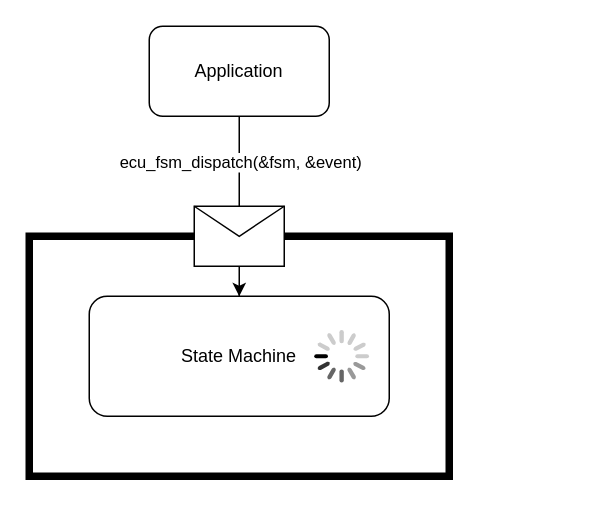
Earlier version of the draw.io diagram page "event_driven_paradigm_event_driven_state_machine" (8 of 17) of doc/images/fsm/fsm.drawio (ress059/ecu). Source tidied: cells renumbered, new cells numbered last; positions are measured from the earlier drawing's top-left corner, leaving out a move shared by most shapes. Both pictures are drawn from the tidied source at 150%, with x=0, y=0 at pixel (28, 26).
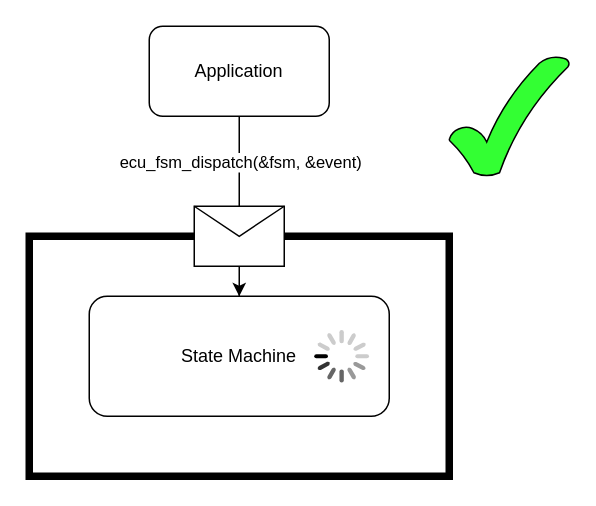
After the change.

Diff of the diagram source:
```diff
@@
 <mxGraphModel>
   <root>
     <mxCell id="0" />
     <mxCell id="1" parent="0" />
     <mxCell id="2" style="rounded=0;whiteSpace=wrap;html=1;strokeWidth=5;" parent="1" vertex="1">
       <mxGeometry y="140" width="280" height="160" as="geometry" />
     </mxCell>
     <mxCell id="3" value="State Machine" style="rounded=1;whiteSpace=wrap;html=1;" parent="1" vertex="1">
       <mxGeometry x="40" y="180" width="200" height="80" as="geometry" />
     </mxCell>
     <mxCell id="4" style="edgeStyle=orthogonalEdgeStyle;rounded=0;jettySize=auto;html=1;entryX=0.5;entryY=0;entryDx=0;entryDy=0;endArrow=none;endFill=0;" parent="1" edge="1" source="6" target="9">
       <mxGeometry relative="1" as="geometry" />
     </mxCell>
     <mxCell id="5" value="ecu_fsm_dispatch(&amp;amp;fsm, &amp;amp;event)" style="edgeLabel;html=1;align=center;verticalAlign=middle;" parent="4" vertex="1">
       <mxGeometry x="-0.4" y="3" relative="1" as="geometry">
         <mxPoint x="-3" y="12" as="offset" />
       </mxGeometry>
     </mxCell>
     <mxCell id="6" value="Application" style="rounded=1;whiteSpace=wrap;html=1;" parent="1" vertex="1">
       <mxGeometry x="80" width="120" height="60" as="geometry" />
     </mxCell>
     <mxCell id="7" style="edgeStyle=orthogonalEdgeStyle;rounded=0;jettySize=auto;html=1;entryX=0.5;entryY=0;entryDx=0;entryDy=0;" parent="1" edge="1" source="9" target="3">
       <mxGeometry relative="1" as="geometry" />
     </mxCell>
     <mxCell id="8" style="html=1;verticalLabelPosition=bottom;labelBackgroundColor=#ffffff;verticalAlign=top;shadow=0;dashed=0;strokeWidth=2;shape=mxgraph.ios7.misc.loading_circle;" parent="1" vertex="1">
       <mxGeometry x="190" y="202.5" width="36.5" height="35" as="geometry" />
     </mxCell>
     <mxCell id="9" style="shape=message;html=1;html=1;outlineConnect=0;labelPosition=center;verticalLabelPosition=bottom;align=center;verticalAlign=top;" parent="1" vertex="1">
       <mxGeometry x="110" y="120" width="60" height="40" as="geometry" />
     </mxCell>
+    <mxCell id="10" style="verticalLabelPosition=bottom;verticalAlign=top;html=1;shape=mxgraph.basic.tick;fillColor=#33FF33;" parent="1" vertex="1">
+      <mxGeometry x="280" y="20" width="80" height="80" as="geometry" />
+    </mxCell>
   </root>
 </mxGraphModel>
```
